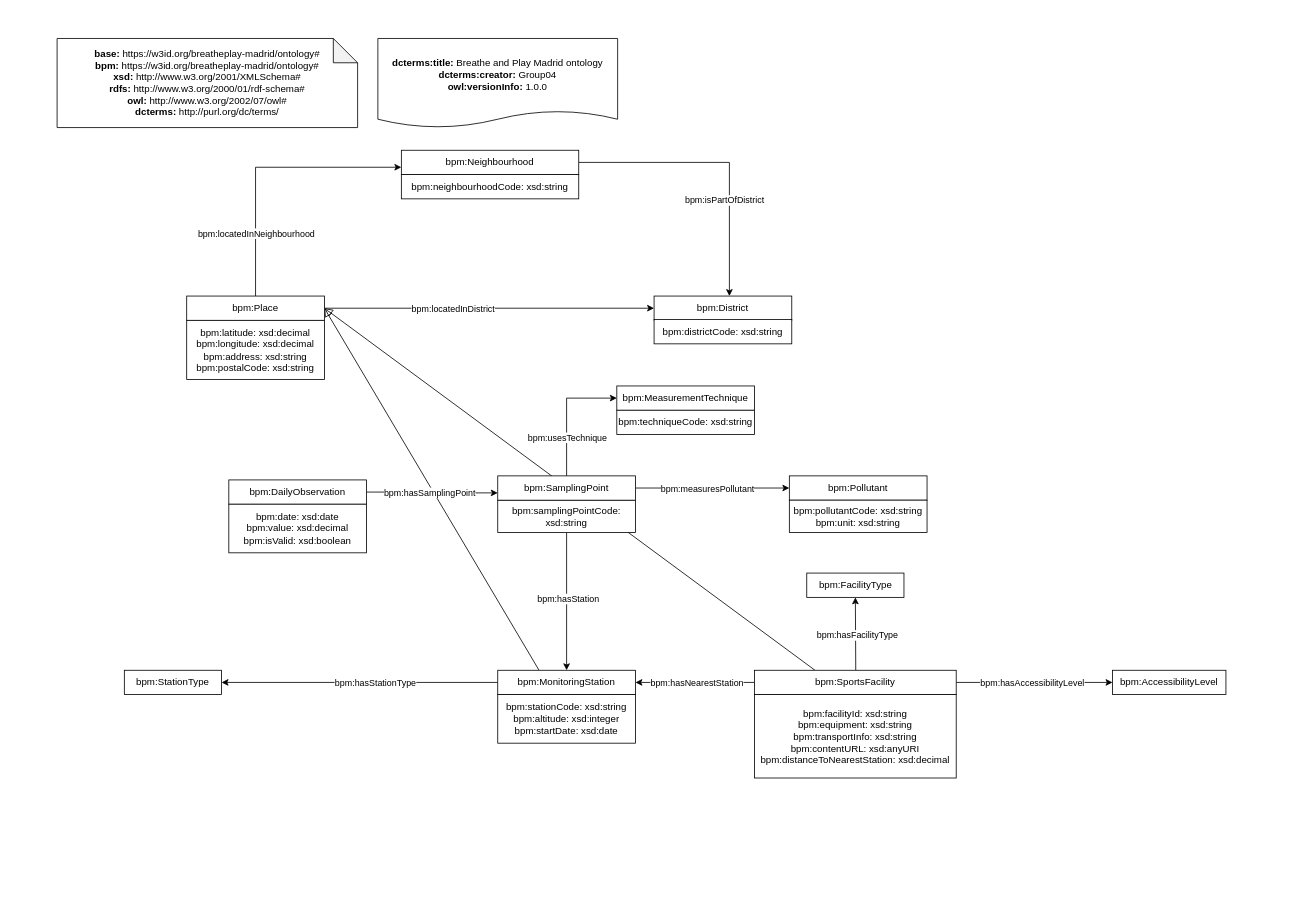
Before: HandsOn/Group04/ontology/breatheplay.drawio.xml in 101PHOENIX/Curso2026-2027-ODKG, a draw.io diagram. Source tidied: cells renumbered, new cells numbered last; positions are measured from the earlier drawing's top-left corner, leaving out a move shared by most shapes. Both pictures are drawn from the tidied source at 81%, with x=0, y=0 at pixel (57, 38).
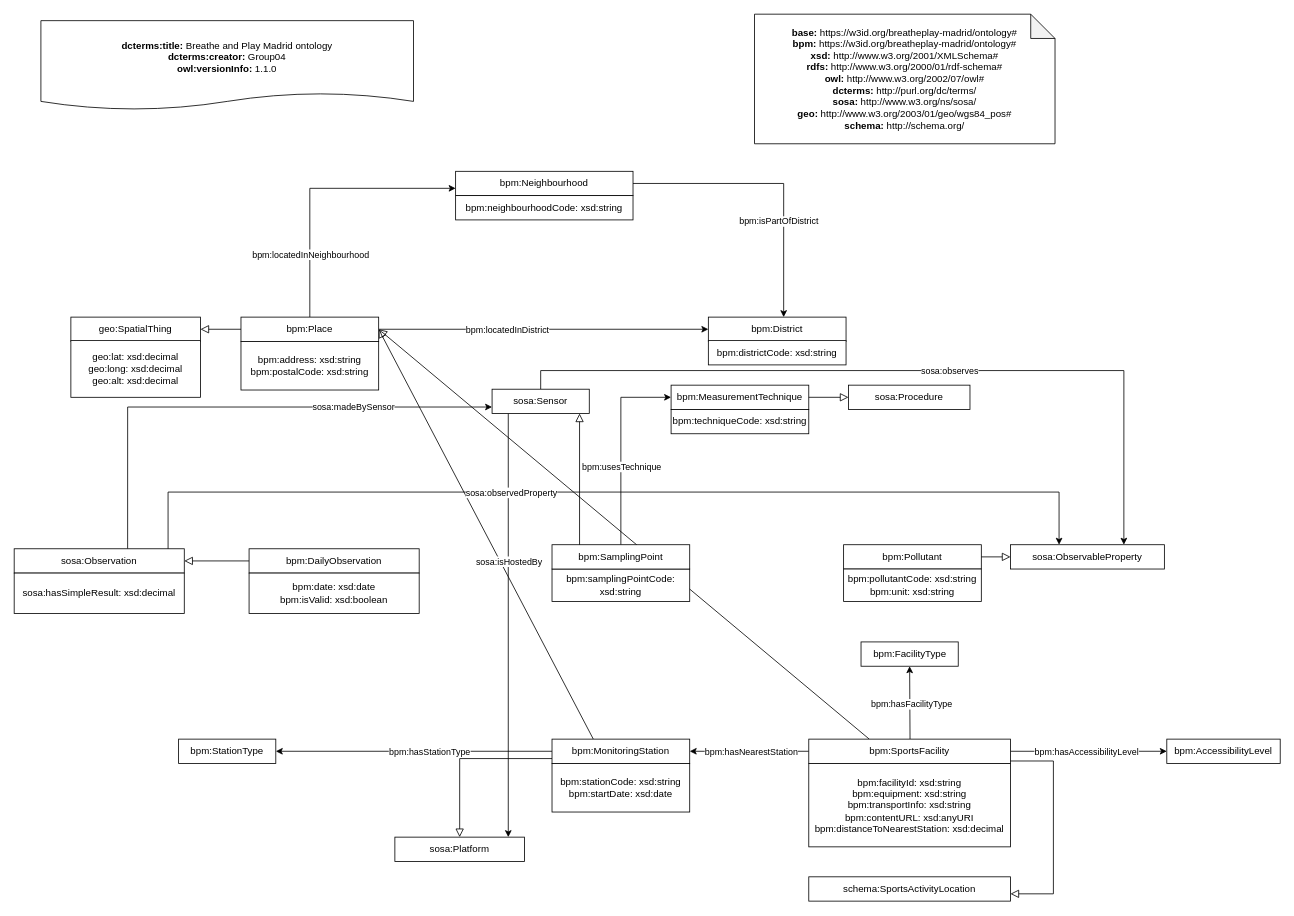
After the change.

The edit, as a diff of the source:
```diff
@@
-    <mxCell id="4" value="&lt;div&gt;&lt;div&gt;&lt;b&gt;base:&lt;/b&gt; https://w3id.org/breatheplay-madrid/ontology#&lt;/div&gt;&lt;div&gt;&lt;b&gt;bpm: &lt;/b&gt;https://w3id.org/breatheplay-madrid/ontology#&lt;/div&gt;&lt;div&gt;&lt;b&gt;xsd: &lt;/b&gt;http://www.w3.org/2001/XMLSchema#&lt;/div&gt;&lt;div&gt;&lt;b&gt;rdfs:&lt;/b&gt; http://www.w3.org/2000/01/rdf-schema#&lt;/div&gt;&lt;div&gt;&lt;b&gt;owl:&lt;/b&gt; http://www.w3.org/2002/07/owl#&lt;/div&gt;&lt;div&gt;&lt;b&gt;dcterms:&lt;/b&gt; http://purl.org/dc/terms/&lt;/div&gt;&lt;/div&gt;" style="shape=note;whiteSpace=wrap;html=1;backgroundOutline=1;darkOpacity=0.05;align=center;" parent="1" vertex="1">
-      <mxGeometry width="371" height="110" as="geometry" />
+    <mxCell id="4" value="&lt;div&gt;&lt;div&gt;&lt;b&gt;base:&lt;/b&gt; https://w3id.org/breatheplay-madrid/ontology#&lt;/div&gt;&lt;div&gt;&lt;b&gt;bpm: &lt;/b&gt;https://w3id.org/breatheplay-madrid/ontology#&lt;/div&gt;&lt;div&gt;&lt;b&gt;xsd: &lt;/b&gt;http://www.w3.org/2001/XMLSchema#&lt;/div&gt;&lt;div&gt;&lt;b&gt;rdfs:&lt;/b&gt; http://www.w3.org/2000/01/rdf-schema#&lt;/div&gt;&lt;div&gt;&lt;b&gt;owl:&lt;/b&gt; http://www.w3.org/2002/07/owl#&lt;/div&gt;&lt;div&gt;&lt;b&gt;dcterms:&lt;/b&gt; http://purl.org/dc/terms/&lt;/div&gt;&lt;div&gt;&lt;b&gt;sosa:&lt;/b&gt; http://www.w3.org/ns/sosa/&lt;/div&gt;&lt;div&gt;&lt;b&gt;geo:&lt;/b&gt; http://www.w3.org/2003/01/geo/wgs84_pos#&lt;/div&gt;&lt;div&gt;&lt;b&gt;schema:&lt;/b&gt; http://schema.org/&lt;/div&gt;&lt;/div&gt;" style="shape=note;whiteSpace=wrap;html=1;backgroundOutline=1;darkOpacity=0.05;align=center;" parent="1" vertex="1">
+      <mxGeometry x="861" y="-30" width="371" height="160" as="geometry" />
     </mxCell>
-    <mxCell id="5" value="&lt;div&gt;&lt;b&gt;dcterms:title:&lt;/b&gt; Breathe and Play Madrid ontology&lt;/div&gt;&lt;div&gt;&lt;b&gt;dcterms:creator:&lt;/b&gt; Group04&lt;/div&gt;&lt;div&gt;&lt;b&gt;owl:versionInfo:&lt;/b&gt; 1.0.0&lt;/div&gt;" style="shape=document;whiteSpace=wrap;html=1;boundedLbl=1;labelBackgroundColor=#ffffff;strokeColor=#000000;fontSize=12;fontColor=#000000;size=0.1875;" parent="1" vertex="1">
-      <mxGeometry x="396" width="296" height="110" as="geometry" />
+    <mxCell id="5" value="&lt;div&gt;&lt;b&gt;dcterms:title:&lt;/b&gt; Breathe and Play Madrid ontology&lt;/div&gt;&lt;div&gt;&lt;b&gt;dcterms:creator:&lt;/b&gt; Group04&lt;/div&gt;&lt;div&gt;&lt;b&gt;owl:versionInfo:&lt;/b&gt; 1.1.0&lt;/div&gt;" style="shape=document;whiteSpace=wrap;html=1;boundedLbl=1;labelBackgroundColor=#ffffff;strokeColor=#000000;fontSize=12;fontColor=#000000;size=0.1875;" parent="1" vertex="1">
+      <mxGeometry x="-20" y="-22" width="460" height="110" as="geometry" />
     </mxCell>
@@
     <mxCell id="8" value="bpm:MonitoringStation" style="rounded=0;whiteSpace=wrap;html=1;snapToPoint=1;points=[[0.1,0],[0.2,0],[0.3,0],[0.4,0],[0.5,0],[0.6,0],[0.7,0],[0.8,0],[0.9,0],[0,0.1],[0,0.3],[0,0.5],[0,0.7],[0,0.9],[0.1,1],[0.2,1],[0.3,1],[0.4,1],[0.5,1],[0.6,1],[0.7,1],[0.8,1],[0.9,1],[1,0.1],[1,0.3],[1,0.5],[1,0.7],[1,0.9]];" parent="1" vertex="1">
-      <mxGeometry x="544" y="780" width="170" height="30" as="geometry" />
+      <mxGeometry x="611" y="865" width="170" height="30" as="geometry" />
     </mxCell>
     <mxCell id="9" value="bpm:StationType" style="rounded=0;whiteSpace=wrap;html=1;snapToPoint=1;points=[[0.1,0],[0.2,0],[0.3,0],[0.4,0],[0.5,0],[0.6,0],[0.7,0],[0.8,0],[0.9,0],[0,0.1],[0,0.3],[0,0.5],[0,0.7],[0,0.9],[0.1,1],[0.2,1],[0.3,1],[0.4,1],[0.5,1],[0.6,1],[0.7,1],[0.8,1],[0.9,1],[1,0.1],[1,0.3],[1,0.5],[1,0.7],[1,0.9]];" parent="1" vertex="1">
-      <mxGeometry x="83" y="780" width="120" height="30" as="geometry" />
+      <mxGeometry x="150" y="865" width="120" height="30" as="geometry" />
     </mxCell>
-    <mxCell id="10" style="edgeStyle=orthogonalEdgeStyle;rounded=0;jettySize=auto;html=1;entryX=0;entryY=0.5;entryDx=0;entryDy=0;exitX=1;exitY=0.5;exitDx=0;exitDy=0;" parent="1" edge="1" source="35" target="37">
-      <mxGeometry relative="1" as="geometry" />
+    <mxCell id="10" style="edgeStyle=orthogonalEdgeStyle;rounded=0;jettySize=auto;html=1;exitX=0.5;exitY=0;exitDx=0;exitDy=0;entryX=0.7368;entryY=0;entryDx=0;entryDy=0;" parent="1" edge="1" source="51" target="53">
+      <mxGeometry relative="1" as="geometry">
+        <Array as="points">
+          <mxPoint x="597" y="410" />
+          <mxPoint x="1317" y="410" />
+        </Array>
+      </mxGeometry>
     </mxCell>
-    <mxCell id="11" value="bpm:measuresPollutant" style="edgeLabel;html=1;align=center;verticalAlign=middle;" parent="10" vertex="1">
-      <mxGeometry x="-0.27" y="3" relative="1" as="geometry">
-        <mxPoint x="19" y="3" as="offset" />
-      </mxGeometry>
+    <mxCell id="11" value="sosa:observes" style="edgeLabel;html=1;align=center;verticalAlign=middle;" parent="10" vertex="1">
+      <mxGeometry x="0.1" relative="1" as="geometry" />
     </mxCell>
@@
-    <mxCell id="14" style="edgeStyle=orthogonalEdgeStyle;rounded=0;jettySize=auto;html=1;exitX=1;exitY=0.5;exitDx=0;exitDy=0;entryX=0;entryY=0.7;entryDx=0;entryDy=0;" parent="1" edge="1" source="38" target="35">
-      <mxGeometry x="-0.1" relative="1" as="geometry" />
+    <mxCell id="14" style="edgeStyle=orthogonalEdgeStyle;rounded=0;jettySize=auto;html=1;exitX=0.667;exitY=0;exitDx=0;exitDy=0;entryX=0;entryY=0.733;entryDx=0;entryDy=0;" parent="1" edge="1" source="49" target="51">
+      <mxGeometry relative="1" as="geometry">
+        <Array as="points">
+          <mxPoint x="87" y="455" />
+        </Array>
+      </mxGeometry>
     </mxCell>
-    <mxCell id="15" value="bpm:hasSamplingPoint" style="edgeLabel;html=1;align=center;verticalAlign=middle;" parent="14" vertex="1">
-      <mxGeometry x="-0.24" y="-1" relative="1" as="geometry">
-        <mxPoint x="15" y="-1" as="offset" />
-      </mxGeometry>
+    <mxCell id="15" value="sosa:madeBySensor" style="edgeLabel;html=1;align=center;verticalAlign=middle;" parent="14" vertex="1">
+      <mxGeometry x="0.45" relative="1" as="geometry" />
     </mxCell>
@@
     <mxCell id="22" value="bpm:SportsFacility" style="rounded=0;whiteSpace=wrap;html=1;snapToPoint=1;points=[[0.1,0],[0.2,0],[0.3,0],[0.4,0],[0.5,0],[0.6,0],[0.7,0],[0.8,0],[0.9,0],[0,0.1],[0,0.3],[0,0.5],[0,0.7],[0,0.9],[0.1,1],[0.2,1],[0.3,1],[0.4,1],[0.5,1],[0.6,1],[0.7,1],[0.8,1],[0.9,1],[1,0.1],[1,0.3],[1,0.5],[1,0.7],[1,0.9]];" parent="1" vertex="1">
-      <mxGeometry x="861" y="780" width="249" height="30" as="geometry" />
+      <mxGeometry x="928" y="865" width="249" height="30" as="geometry" />
     </mxCell>
     <mxCell id="23" value="bpm:FacilityType" style="rounded=0;whiteSpace=wrap;html=1;snapToPoint=1;points=[[0.1,0],[0.2,0],[0.3,0],[0.4,0],[0.5,0],[0.6,0],[0.7,0],[0.8,0],[0.9,0],[0,0.1],[0,0.3],[0,0.5],[0,0.7],[0,0.9],[0.1,1],[0.2,1],[0.3,1],[0.4,1],[0.5,1],[0.6,1],[0.7,1],[0.8,1],[0.9,1],[1,0.1],[1,0.3],[1,0.5],[1,0.7],[1,0.9]];" parent="1" vertex="1">
-      <mxGeometry x="925.5" y="660" width="120" height="30" as="geometry" />
+      <mxGeometry x="992.5" y="745" width="120" height="30" as="geometry" />
     </mxCell>
     <mxCell id="24" value="bpm:AccessibilityLevel" style="rounded=0;whiteSpace=wrap;html=1;snapToPoint=1;points=[[0.1,0],[0.2,0],[0.3,0],[0.4,0],[0.5,0],[0.6,0],[0.7,0],[0.8,0],[0.9,0],[0,0.1],[0,0.3],[0,0.5],[0,0.7],[0,0.9],[0.1,1],[0.2,1],[0.3,1],[0.4,1],[0.5,1],[0.6,1],[0.7,1],[0.8,1],[0.9,1],[1,0.1],[1,0.3],[1,0.5],[1,0.7],[1,0.9]];" parent="1" vertex="1">
-      <mxGeometry x="1303" y="780" width="140" height="30" as="geometry" />
+      <mxGeometry x="1370" y="865" width="140" height="30" as="geometry" />
     </mxCell>
@@
     <mxCell id="31" value="bpm:Place" style="rounded=0;whiteSpace=wrap;html=1;snapToPoint=1;points=[[0.1,0],[0.2,0],[0.3,0],[0.4,0],[0.5,0],[0.6,0],[0.7,0],[0.8,0],[0.9,0],[0,0.1],[0,0.3],[0,0.5],[0,0.7],[0,0.9],[0.1,1],[0.2,1],[0.3,1],[0.4,1],[0.5,1],[0.6,1],[0.7,1],[0.8,1],[0.9,1],[1,0.1],[1,0.3],[1,0.5],[1,0.7],[1,0.9]];" parent="1" vertex="1">
-      <mxGeometry x="160" y="318" width="170" height="30" as="geometry" />
+      <mxGeometry x="227" y="344" width="170" height="30" as="geometry" />
     </mxCell>
-    <mxCell id="32" style="edgeStyle=orthogonalEdgeStyle;rounded=0;jettySize=auto;html=1;entryX=0.5;entryY=0;entryDx=0;entryDy=0;" parent="1" edge="1" source="34" target="8">
+    <mxCell id="32" style="edgeStyle=orthogonalEdgeStyle;rounded=0;jettySize=auto;html=1;exitX=0.1667;exitY=1;exitDx=0;exitDy=0;entryX=0.875;entryY=0;entryDx=0;entryDy=0;" parent="1" edge="1" source="51" target="57">
       <mxGeometry relative="1" as="geometry" />
     </mxCell>
-    <mxCell id="33" value="bpm:hasStation" style="edgeLabel;html=1;align=center;verticalAlign=middle;" parent="32" vertex="1">
-      <mxGeometry x="-0.05" y="1" relative="1" as="geometry" />
+    <mxCell id="33" value="sosa:isHostedBy" style="edgeLabel;html=1;align=center;verticalAlign=middle;" parent="32" vertex="1">
+      <mxGeometry x="-0.3" relative="1" as="geometry" />
     </mxCell>
     <mxCell id="34" value="bpm:samplingPointCode: xsd:string" style="rounded=0;whiteSpace=wrap;html=1;snapToPoint=1;points=[[0.1,0],[0.2,0],[0.3,0],[0.4,0],[0.5,0],[0.6,0],[0.7,0],[0.8,0],[0.9,0],[0,0.1],[0,0.3],[0,0.5],[0,0.7],[0,0.9],[0.1,1],[0.2,1],[0.3,1],[0.4,1],[0.5,1],[0.6,1],[0.7,1],[0.8,1],[0.9,1],[1,0.1],[1,0.3],[1,0.5],[1,0.7],[1,0.9]];" parent="1" vertex="1">
-      <mxGeometry x="544" y="570" width="170" height="40" as="geometry" />
+      <mxGeometry x="611" y="655" width="170" height="40" as="geometry" />
     </mxCell>
     <mxCell id="35" value="bpm:SamplingPoint" style="rounded=0;whiteSpace=wrap;html=1;snapToPoint=1;points=[[0.1,0],[0.2,0],[0.3,0],[0.4,0],[0.5,0],[0.6,0],[0.7,0],[0.8,0],[0.9,0],[0,0.1],[0,0.3],[0,0.5],[0,0.7],[0,0.9],[0.1,1],[0.2,1],[0.3,1],[0.4,1],[0.5,1],[0.6,1],[0.7,1],[0.8,1],[0.9,1],[1,0.1],[1,0.3],[1,0.5],[1,0.7],[1,0.9]];" parent="1" vertex="1">
-      <mxGeometry x="544" y="540" width="170" height="30" as="geometry" />
+      <mxGeometry x="611" y="625" width="170" height="30" as="geometry" />
     </mxCell>
     <mxCell id="36" value="bpm:MeasurementTechnique" style="rounded=0;whiteSpace=wrap;html=1;snapToPoint=1;points=[[0.1,0],[0.2,0],[0.3,0],[0.4,0],[0.5,0],[0.6,0],[0.7,0],[0.8,0],[0.9,0],[0,0.1],[0,0.3],[0,0.5],[0,0.7],[0,0.9],[0.1,1],[0.2,1],[0.3,1],[0.4,1],[0.5,1],[0.6,1],[0.7,1],[0.8,1],[0.9,1],[1,0.1],[1,0.3],[1,0.5],[1,0.7],[1,0.9]];" parent="1" vertex="1">
-      <mxGeometry x="691" y="429" width="170" height="30" as="geometry" />
+      <mxGeometry x="758" y="428" width="170" height="30" as="geometry" />
     </mxCell>
     <mxCell id="37" value="bpm:Pollutant" style="rounded=0;whiteSpace=wrap;html=1;snapToPoint=1;points=[[0.1,0],[0.2,0],[0.3,0],[0.4,0],[0.5,0],[0.6,0],[0.7,0],[0.8,0],[0.9,0],[0,0.1],[0,0.3],[0,0.5],[0,0.7],[0,0.9],[0.1,1],[0.2,1],[0.3,1],[0.4,1],[0.5,1],[0.6,1],[0.7,1],[0.8,1],[0.9,1],[1,0.1],[1,0.3],[1,0.5],[1,0.7],[1,0.9]];" parent="1" vertex="1">
-      <mxGeometry x="904" y="540" width="170" height="30" as="geometry" />
+      <mxGeometry x="971" y="625" width="170" height="30" as="geometry" />
     </mxCell>
     <mxCell id="38" value="bpm:DailyObservation" style="rounded=0;whiteSpace=wrap;html=1;snapToPoint=1;points=[[0.1,0],[0.2,0],[0.3,0],[0.4,0],[0.5,0],[0.6,0],[0.7,0],[0.8,0],[0.9,0],[0,0.1],[0,0.3],[0,0.5],[0,0.7],[0,0.9],[0.1,1],[0.2,1],[0.3,1],[0.4,1],[0.5,1],[0.6,1],[0.7,1],[0.8,1],[0.9,1],[1,0.1],[1,0.3],[1,0.5],[1,0.7],[1,0.9]];" parent="1" vertex="1">
-      <mxGeometry x="212" y="545" width="170" height="30" as="geometry" />
+      <mxGeometry x="237" y="630" width="210" height="30" as="geometry" />
     </mxCell>
     <mxCell id="39" value="bpm:District" style="rounded=0;whiteSpace=wrap;html=1;snapToPoint=1;points=[[0.1,0],[0.2,0],[0.3,0],[0.4,0],[0.5,0],[0.6,0],[0.7,0],[0.8,0],[0.9,0],[0,0.1],[0,0.3],[0,0.5],[0,0.7],[0,0.9],[0.1,1],[0.2,1],[0.3,1],[0.4,1],[0.5,1],[0.6,1],[0.7,1],[0.8,1],[0.9,1],[1,0.1],[1,0.3],[1,0.5],[1,0.7],[1,0.9]];" parent="1" vertex="1">
-      <mxGeometry x="737" y="318" width="170" height="30" as="geometry" />
+      <mxGeometry x="804" y="344" width="170" height="30" as="geometry" />
     </mxCell>
     <mxCell id="40" value="bpm:Neighbourhood" style="rounded=0;whiteSpace=wrap;html=1;snapToPoint=1;points=[[0.1,0],[0.2,0],[0.3,0],[0.4,0],[0.5,0],[0.6,0],[0.7,0],[0.8,0],[0.9,0],[0,0.1],[0,0.3],[0,0.5],[0,0.7],[0,0.9],[0.1,1],[0.2,1],[0.3,1],[0.4,1],[0.5,1],[0.6,1],[0.7,1],[0.8,1],[0.9,1],[1,0.1],[1,0.3],[1,0.5],[1,0.7],[1,0.9]];" parent="1" vertex="1">
-      <mxGeometry x="425" y="138" width="219" height="30" as="geometry" />
+      <mxGeometry x="492" y="164" width="219" height="30" as="geometry" />
     </mxCell>
     <mxCell id="41" value="bpm:facilityId: xsd:string&lt;br&gt;bpm:equipment: xsd:string&lt;br&gt;bpm:transportInfo: xsd:string&lt;br&gt;bpm:contentURL: xsd:anyURI&lt;br&gt;bpm:distanceToNearestStation: xsd:decimal" style="rounded=0;whiteSpace=wrap;html=1;" parent="1" vertex="1">
-      <mxGeometry x="861" y="810" width="249" height="103" as="geometry" />
+      <mxGeometry x="928" y="895" width="249" height="103" as="geometry" />
     </mxCell>
-    <mxCell id="42" value="bpm:date: xsd:date&lt;br&gt;bpm:value: xsd:decimal&lt;br&gt;bpm:isValid: xsd:boolean" style="rounded=0;whiteSpace=wrap;html=1;" parent="1" vertex="1">
-      <mxGeometry x="212" y="575" width="170" height="60" as="geometry" />
+    <mxCell id="42" value="bpm:date: xsd:date&lt;div&gt;bpm:isValid: xsd:boolean&lt;/div&gt;" style="rounded=0;whiteSpace=wrap;html=1;" parent="1" vertex="1">
+      <mxGeometry x="237" y="660" width="210" height="50" as="geometry" />
     </mxCell>
-    <mxCell id="43" value="bpm:stationCode: xsd:string&lt;br&gt;bpm:altitude: xsd:integer&lt;br&gt;bpm:startDate: xsd:date" style="rounded=0;whiteSpace=wrap;html=1;" parent="1" vertex="1">
-      <mxGeometry x="544" y="810" width="170" height="60" as="geometry" />
+    <mxCell id="43" value="bpm:stationCode: xsd:string&lt;br&gt;bpm:startDate: xsd:date" style="rounded=0;whiteSpace=wrap;html=1;" parent="1" vertex="1">
+      <mxGeometry x="611" y="895" width="170" height="60" as="geometry" />
     </mxCell>
     <mxCell id="44" value="bpm:pollutantCode: xsd:string&lt;br&gt;bpm:unit: xsd:string" style="rounded=0;whiteSpace=wrap;html=1;" parent="1" vertex="1">
-      <mxGeometry x="904" y="570" width="170" height="40" as="geometry" />
+      <mxGeometry x="971" y="655" width="170" height="40" as="geometry" />
     </mxCell>
     <mxCell id="45" value="bpm:techniqueCode: xsd:string" style="rounded=0;whiteSpace=wrap;html=1;" parent="1" vertex="1">
-      <mxGeometry x="691" y="459" width="170" height="30" as="geometry" />
+      <mxGeometry x="758" y="458" width="170" height="30" as="geometry" />
     </mxCell>
     <mxCell id="46" value="bpm:neighbourhoodCode: xsd:string" style="rounded=0;whiteSpace=wrap;html=1;" parent="1" vertex="1">
-      <mxGeometry x="425" y="168" width="219" height="30" as="geometry" />
+      <mxGeometry x="492" y="194" width="219" height="30" as="geometry" />
     </mxCell>
     <mxCell id="47" value="bpm:districtCode: xsd:string" style="rounded=0;whiteSpace=wrap;html=1;" parent="1" vertex="1">
-      <mxGeometry x="737" y="347" width="170" height="30" as="geometry" />
+      <mxGeometry x="804" y="373" width="170" height="30" as="geometry" />
     </mxCell>
-    <mxCell id="48" value="bpm:latitude: xsd:decimal&lt;br&gt;bpm:longitude: xsd:decimal&lt;br&gt;bpm:address: xsd:string&lt;br&gt;bpm:postalCode: xsd:string" style="rounded=0;whiteSpace=wrap;html=1;" parent="1" vertex="1">
-      <mxGeometry x="160" y="348" width="170" height="73" as="geometry" />
+    <mxCell id="48" value="bpm:address: xsd:string&lt;br&gt;bpm:postalCode: xsd:string" style="rounded=0;whiteSpace=wrap;html=1;" parent="1" vertex="1">
+      <mxGeometry x="227" y="374" width="170" height="60" as="geometry" />
     </mxCell>
+    <mxCell id="49" value="sosa:Observation" style="rounded=0;whiteSpace=wrap;html=1;snapToPoint=1;points=[[0.1,0],[0.2,0],[0.3,0],[0.4,0],[0.5,0],[0.6,0],[0.7,0],[0.8,0],[0.9,0],[0,0.1],[0,0.3],[0,0.5],[0,0.7],[0,0.9],[0.1,1],[0.2,1],[0.3,1],[0.4,1],[0.5,1],[0.6,1],[0.7,1],[0.8,1],[0.9,1],[1,0.1],[1,0.3],[1,0.5],[1,0.7],[1,0.9]];" parent="1" vertex="1">
+      <mxGeometry x="-53" y="630" width="210" height="30" as="geometry" />
+    </mxCell>
+    <mxCell id="50" style="endArrow=block;html=1;fontColor=#000099;endFill=0;endSize=8;arcSize=0;rounded=0;edgeStyle=orthogonalEdgeStyle;exitX=0;exitY=0.5;exitDx=0;exitDy=0;entryX=1;entryY=0.5;entryDx=0;entryDy=0;" parent="1" edge="1" source="38" target="49">
+      <mxGeometry relative="1" as="geometry" />
+    </mxCell>
+    <mxCell id="51" value="sosa:Sensor" style="rounded=0;whiteSpace=wrap;html=1;snapToPoint=1;points=[[0.1,0],[0.2,0],[0.3,0],[0.4,0],[0.5,0],[0.6,0],[0.7,0],[0.8,0],[0.9,0],[0,0.1],[0,0.3],[0,0.5],[0,0.7],[0,0.9],[0.1,1],[0.2,1],[0.3,1],[0.4,1],[0.5,1],[0.6,1],[0.7,1],[0.8,1],[0.9,1],[1,0.1],[1,0.3],[1,0.5],[1,0.7],[1,0.9]];" parent="1" vertex="1">
+      <mxGeometry x="537" y="433" width="120" height="30" as="geometry" />
+    </mxCell>
+    <mxCell id="52" style="endArrow=block;html=1;fontColor=#000099;endFill=0;endSize=8;arcSize=0;rounded=0;edgeStyle=orthogonalEdgeStyle;exitX=0.2;exitY=0;exitDx=0;exitDy=0;entryX=0.9;entryY=1;entryDx=0;entryDy=0;" parent="1" edge="1" source="35" target="51">
+      <mxGeometry relative="1" as="geometry" />
+    </mxCell>
+    <mxCell id="53" value="sosa:ObservableProperty" style="rounded=0;whiteSpace=wrap;html=1;snapToPoint=1;points=[[0.1,0],[0.2,0],[0.3,0],[0.4,0],[0.5,0],[0.6,0],[0.7,0],[0.8,0],[0.9,0],[0,0.1],[0,0.3],[0,0.5],[0,0.7],[0,0.9],[0.1,1],[0.2,1],[0.3,1],[0.4,1],[0.5,1],[0.6,1],[0.7,1],[0.8,1],[0.9,1],[1,0.1],[1,0.3],[1,0.5],[1,0.7],[1,0.9]];" parent="1" vertex="1">
+      <mxGeometry x="1177" y="625" width="190" height="30" as="geometry" />
+    </mxCell>
+    <mxCell id="54" style="endArrow=block;html=1;fontColor=#000099;endFill=0;endSize=8;arcSize=0;rounded=0;edgeStyle=orthogonalEdgeStyle;exitX=1;exitY=0.5;exitDx=0;exitDy=0;entryX=0;entryY=0.5;entryDx=0;entryDy=0;" parent="1" edge="1" source="37" target="53">
+      <mxGeometry relative="1" as="geometry" />
+    </mxCell>
+    <mxCell id="55" value="sosa:Procedure" style="rounded=0;whiteSpace=wrap;html=1;snapToPoint=1;points=[[0.1,0],[0.2,0],[0.3,0],[0.4,0],[0.5,0],[0.6,0],[0.7,0],[0.8,0],[0.9,0],[0,0.1],[0,0.3],[0,0.5],[0,0.7],[0,0.9],[0.1,1],[0.2,1],[0.3,1],[0.4,1],[0.5,1],[0.6,1],[0.7,1],[0.8,1],[0.9,1],[1,0.1],[1,0.3],[1,0.5],[1,0.7],[1,0.9]];" parent="1" vertex="1">
+      <mxGeometry x="977" y="428" width="150" height="30" as="geometry" />
+    </mxCell>
+    <mxCell id="56" style="endArrow=block;html=1;fontColor=#000099;endFill=0;endSize=8;arcSize=0;rounded=0;edgeStyle=orthogonalEdgeStyle;exitX=1;exitY=0.5;exitDx=0;exitDy=0;entryX=0;entryY=0.5;entryDx=0;entryDy=0;" parent="1" edge="1" source="36" target="55">
+      <mxGeometry relative="1" as="geometry" />
+    </mxCell>
+    <mxCell id="57" value="sosa:Platform" style="rounded=0;whiteSpace=wrap;html=1;snapToPoint=1;points=[[0.1,0],[0.2,0],[0.3,0],[0.4,0],[0.5,0],[0.6,0],[0.7,0],[0.8,0],[0.9,0],[0,0.1],[0,0.3],[0,0.5],[0,0.7],[0,0.9],[0.1,1],[0.2,1],[0.3,1],[0.4,1],[0.5,1],[0.6,1],[0.7,1],[0.8,1],[0.9,1],[1,0.1],[1,0.3],[1,0.5],[1,0.7],[1,0.9]];" parent="1" vertex="1">
+      <mxGeometry x="417" y="986" width="160" height="30" as="geometry" />
+    </mxCell>
+    <mxCell id="58" style="endArrow=block;html=1;fontColor=#000099;endFill=0;endSize=8;arcSize=0;rounded=0;edgeStyle=orthogonalEdgeStyle;exitX=0;exitY=0.8;exitDx=0;exitDy=0;entryX=0.5;entryY=0;entryDx=0;entryDy=0;" parent="1" edge="1" source="8" target="57">
+      <mxGeometry relative="1" as="geometry">
+        <Array as="points">
+          <mxPoint x="497" y="889" />
+        </Array>
+      </mxGeometry>
+    </mxCell>
+    <mxCell id="59" value="schema:SportsActivityLocation" style="rounded=0;whiteSpace=wrap;html=1;snapToPoint=1;points=[[0.1,0],[0.2,0],[0.3,0],[0.4,0],[0.5,0],[0.6,0],[0.7,0],[0.8,0],[0.9,0],[0,0.1],[0,0.3],[0,0.5],[0,0.7],[0,0.9],[0.1,1],[0.2,1],[0.3,1],[0.4,1],[0.5,1],[0.6,1],[0.7,1],[0.8,1],[0.9,1],[1,0.1],[1,0.3],[1,0.5],[1,0.7],[1,0.9]];" parent="1" vertex="1">
+      <mxGeometry x="928" y="1035" width="249" height="30" as="geometry" />
+    </mxCell>
+    <mxCell id="60" value="geo:SpatialThing" style="rounded=0;whiteSpace=wrap;html=1;snapToPoint=1;points=[[0.1,0],[0.2,0],[0.3,0],[0.4,0],[0.5,0],[0.6,0],[0.7,0],[0.8,0],[0.9,0],[0,0.1],[0,0.3],[0,0.5],[0,0.7],[0,0.9],[0.1,1],[0.2,1],[0.3,1],[0.4,1],[0.5,1],[0.6,1],[0.7,1],[0.8,1],[0.9,1],[1,0.1],[1,0.3],[1,0.5],[1,0.7],[1,0.9]];" parent="1" vertex="1">
+      <mxGeometry x="17" y="344" width="160" height="30" as="geometry" />
+    </mxCell>
+    <mxCell id="61" style="endArrow=block;html=1;fontColor=#000099;endFill=0;endSize=8;arcSize=0;rounded=0;edgeStyle=orthogonalEdgeStyle;exitX=0;exitY=0.5;exitDx=0;exitDy=0;entryX=1;entryY=0.5;entryDx=0;entryDy=0;" parent="1" edge="1" source="31" target="60">
+      <mxGeometry relative="1" as="geometry" />
+    </mxCell>
+    <mxCell id="62" style="edgeStyle=orthogonalEdgeStyle;rounded=0;jettySize=auto;html=1;exitX=0.9048;exitY=0;exitDx=0;exitDy=0;entryX=0.3158;entryY=0;entryDx=0;entryDy=0;" parent="1" edge="1" source="49" target="53">
+      <mxGeometry relative="1" as="geometry">
+        <Array as="points">
+          <mxPoint x="137" y="560" />
+          <mxPoint x="1237" y="560" />
+        </Array>
+      </mxGeometry>
+    </mxCell>
+    <mxCell id="63" value="sosa:observedProperty" style="edgeLabel;html=1;align=center;verticalAlign=middle;" parent="62" vertex="1">
+      <mxGeometry x="-0.2" relative="1" as="geometry" />
+    </mxCell>
+    <mxCell id="64" value="sosa:hasSimpleResult: xsd:decimal" style="rounded=0;whiteSpace=wrap;html=1;" parent="1" vertex="1">
+      <mxGeometry x="-53" y="660" width="210" height="50" as="geometry" />
+    </mxCell>
+    <mxCell id="65" value="geo:lat: xsd:decimal&lt;br&gt;geo:long: xsd:decimal&lt;div&gt;geo:alt: xsd:decimal&lt;/div&gt;" style="rounded=0;whiteSpace=wrap;html=1;" parent="1" vertex="1">
+      <mxGeometry x="17" y="373" width="160" height="70" as="geometry" />
+    </mxCell>
+    <mxCell id="66" style="endArrow=block;html=1;fontColor=#000099;endFill=0;endSize=8;arcSize=0;rounded=0;edgeStyle=orthogonalEdgeStyle;exitX=1;exitY=0.9;exitDx=0;exitDy=0;entryX=1;entryY=0.7;entryDx=0;entryDy=0;" parent="1" edge="1" source="22" target="59">
+      <mxGeometry x="-0.06" relative="1" as="geometry">
+        <Array as="points">
+          <mxPoint x="1230" y="892.2" />
+          <mxPoint x="1230" y="1055.8" />
+        </Array>
+      </mxGeometry>
+    </mxCell>
```
